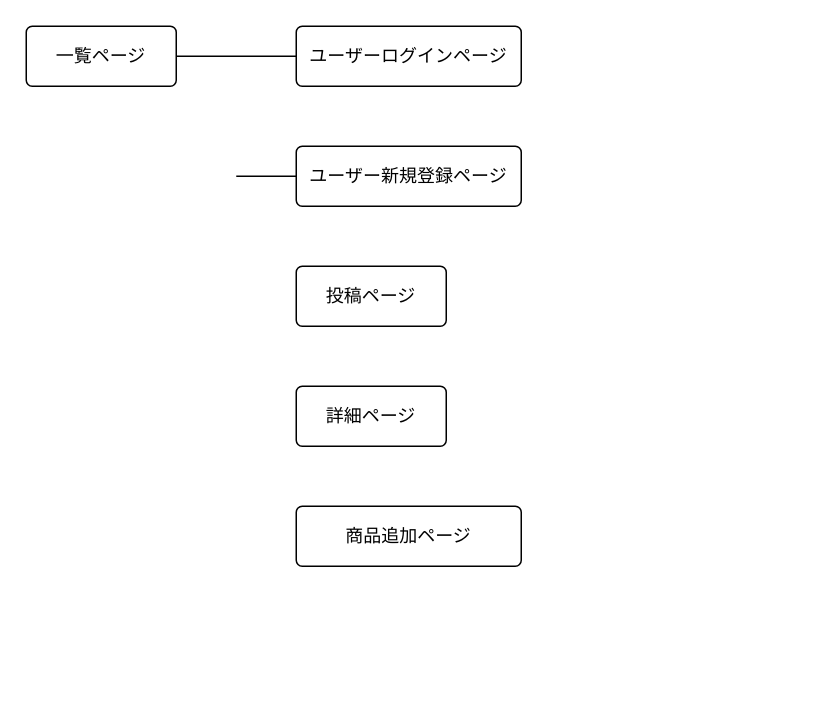
The draw.io diagram drawing.dio in 2316hako/assessment, before the edit. Source tidied: cells renumbered, new cells numbered last; positions are measured from the earlier drawing's top-left corner, leaving out a move shared by most shapes. Both pictures are drawn from the tidied source at 150%, with x=0, y=0 at pixel (26, 26).
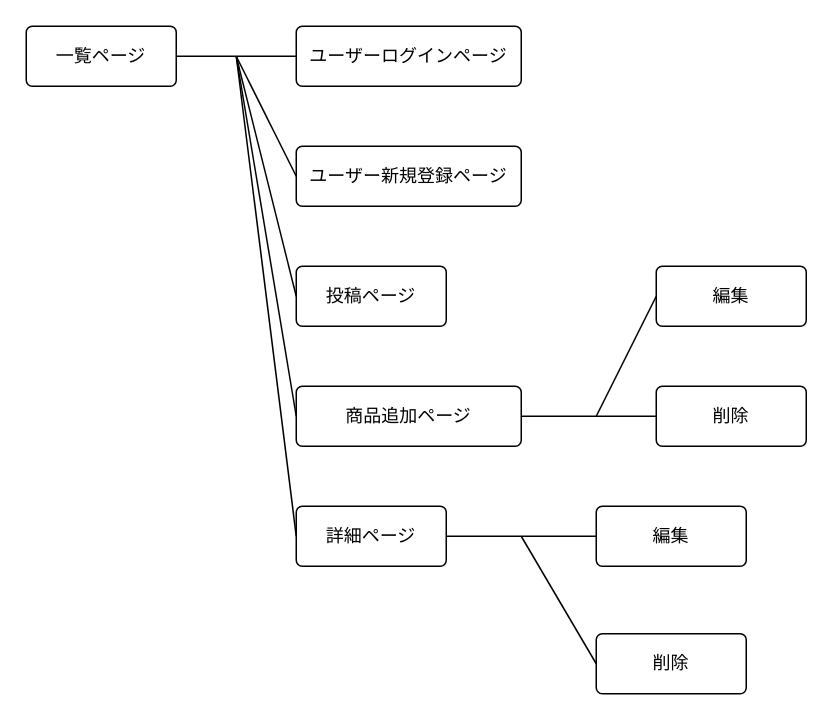
After the change.

Unchanged cells that the change refers to:
```xml
<mxCell id="6" value="ユーザー新規登録ページ" style="rounded=1;arcSize=10;whiteSpace=wrap;html=1;align=center;" parent="1" vertex="1">
  <mxGeometry x="180" y="80" width="150" height="40" as="geometry" />
</mxCell>
<mxCell id="7" value="投稿ページ" style="rounded=1;arcSize=10;whiteSpace=wrap;html=1;align=center;" parent="1" vertex="1">
  <mxGeometry x="180" y="160" width="100" height="40" as="geometry" />
</mxCell>
```

Change to the diagram source:
```diff
@@
     <mxCell id="5" style="edgeStyle=none;html=1;exitX=0;exitY=0.5;exitDx=0;exitDy=0;endArrow=none;endFill=0;" parent="1" edge="1" source="6">
       <mxGeometry relative="1" as="geometry">
-        <mxPoint x="140" y="100" as="targetPoint" />
+        <mxPoint x="140" y="20" as="targetPoint" />
       </mxGeometry>
     </mxCell>
@@
+    <mxCell id="10" style="edgeStyle=none;html=1;exitX=0;exitY=0.5;exitDx=0;exitDy=0;endArrow=none;endFill=0;" parent="1" edge="1" source="7">
+      <mxGeometry relative="1" as="geometry">
+        <mxPoint x="140" y="20" as="targetPoint" />
+      </mxGeometry>
+    </mxCell>
@@
+    <mxCell id="11" style="edgeStyle=none;html=1;exitX=1;exitY=0.5;exitDx=0;exitDy=0;entryX=0;entryY=0.5;entryDx=0;entryDy=0;endArrow=none;endFill=0;" parent="1" edge="1" source="8" target="15">
+      <mxGeometry relative="1" as="geometry" />
+    </mxCell>
+    <mxCell id="12" style="edgeStyle=none;html=1;exitX=0;exitY=0.5;exitDx=0;exitDy=0;endArrow=none;endFill=0;" parent="1" edge="1" source="8">
+      <mxGeometry relative="1" as="geometry">
+        <mxPoint x="140" y="20" as="targetPoint" />
+      </mxGeometry>
+    </mxCell>
     <mxCell id="8" value="詳細ページ" style="rounded=1;arcSize=10;whiteSpace=wrap;html=1;align=center;" parent="1" vertex="1">
-      <mxGeometry x="180" y="240" width="100" height="40" as="geometry" />
+      <mxGeometry x="180" y="320" width="100" height="40" as="geometry" />
     </mxCell>
+    <mxCell id="13" style="edgeStyle=none;html=1;exitX=0;exitY=0.5;exitDx=0;exitDy=0;endArrow=none;endFill=0;" parent="1" edge="1" source="9">
+      <mxGeometry relative="1" as="geometry">
+        <mxPoint x="140" y="20" as="targetPoint" />
+      </mxGeometry>
+    </mxCell>
+    <mxCell id="14" style="edgeStyle=none;html=1;exitX=1;exitY=0.5;exitDx=0;exitDy=0;entryX=0;entryY=0.5;entryDx=0;entryDy=0;endArrow=none;endFill=0;" parent="1" edge="1" source="9" target="18">
+      <mxGeometry relative="1" as="geometry" />
+    </mxCell>
     <mxCell id="9" value="商品追加ページ" style="rounded=1;arcSize=10;whiteSpace=wrap;html=1;align=center;" parent="1" vertex="1">
-      <mxGeometry x="180" y="320" width="150" height="40" as="geometry" />
+      <mxGeometry x="180" y="240" width="150" height="40" as="geometry" />
     </mxCell>
+    <mxCell id="15" value="編集" style="rounded=1;arcSize=10;whiteSpace=wrap;html=1;align=center;" parent="1" vertex="1">
+      <mxGeometry x="380" y="320" width="100" height="40" as="geometry" />
+    </mxCell>
+    <mxCell id="16" style="edgeStyle=none;html=1;exitX=0;exitY=0.5;exitDx=0;exitDy=0;endArrow=none;endFill=0;" parent="1" edge="1" source="17">
+      <mxGeometry relative="1" as="geometry">
+        <mxPoint x="330" y="340" as="targetPoint" />
+      </mxGeometry>
+    </mxCell>
+    <mxCell id="17" value="削除" style="rounded=1;arcSize=10;whiteSpace=wrap;html=1;align=center;" parent="1" vertex="1">
+      <mxGeometry x="380" y="405" width="100" height="40" as="geometry" />
+    </mxCell>
+    <mxCell id="18" value="削除" style="rounded=1;arcSize=10;whiteSpace=wrap;html=1;align=center;" parent="1" vertex="1">
+      <mxGeometry x="420" y="240" width="100" height="40" as="geometry" />
+    </mxCell>
+    <mxCell id="19" style="edgeStyle=none;html=1;exitX=0;exitY=0.5;exitDx=0;exitDy=0;endArrow=none;endFill=0;" parent="1" edge="1" source="20">
+      <mxGeometry relative="1" as="geometry">
+        <mxPoint x="380" y="260" as="targetPoint" />
+      </mxGeometry>
+    </mxCell>
+    <mxCell id="20" value="編集" style="rounded=1;arcSize=10;whiteSpace=wrap;html=1;align=center;" parent="1" vertex="1">
+      <mxGeometry x="420" y="160" width="100" height="40" as="geometry" />
+    </mxCell>
```
